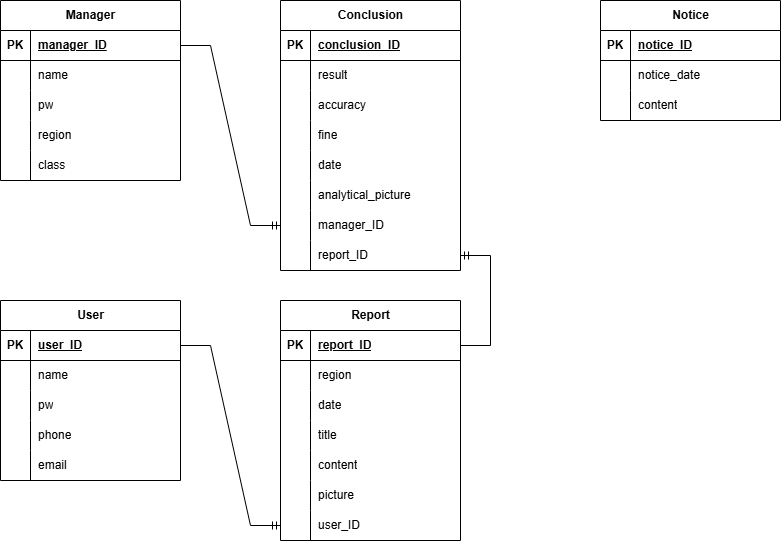
Above: Kyonggi Traffic Solution.drawio.png in ParkerQH/Kyonggi-Traffic-Solution_Web (draw.io), before the change. Source tidied: cells renumbered, new cells last; positions are measured from the earlier drawing's top-left corner, leaving out a move shared by most shapes.
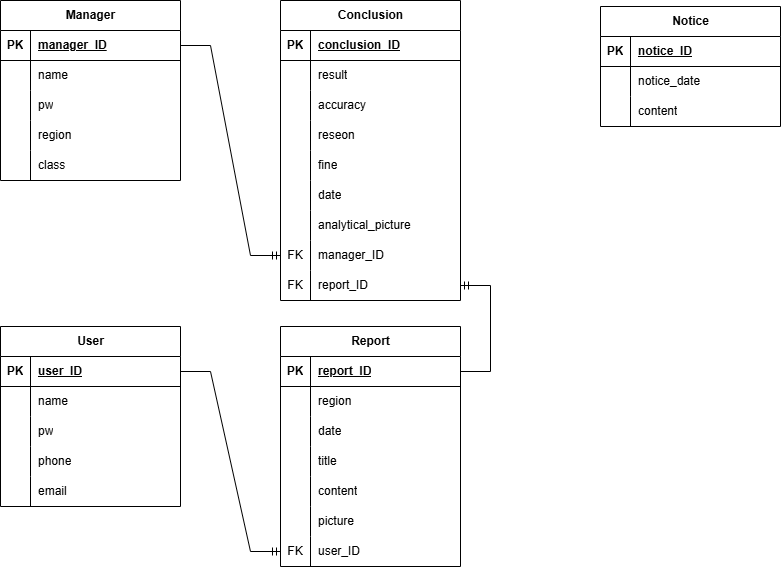
Later version of the same file.

Diff of the diagram source:
```diff
@@ -3,7 +3,7 @@
     <mxCell id="0" />
     <mxCell id="1" parent="0" />
     <mxCell id="2" value="Manager" style="shape=table;startSize=30;rowLines=0;fontStyle=1;align=center;html=1;" parent="1" vertex="1">
-      <mxGeometry width="180" height="180" as="geometry" />
+      <mxGeometry y="-26" width="180" height="180" as="geometry" />
     </mxCell>
     <mxCell id="3" style="shape=tableRow;horizontal=0;startSize=0;swimlaneHead=0;swimlaneBody=0;fillColor=none;points=[[0,0.5],[1,0.5]];portConstraint=eastwest;top=0;left=0;right=0;bottom=1;" parent="2" vertex="1">
       <mxGeometry y="30" width="180" height="30" as="geometry" />
@@ -158,7 +158,7 @@
     <mxCell id="53" style="shape=tableRow;horizontal=0;startSize=0;swimlaneHead=0;swimlaneBody=0;fillColor=none;points=[[0,0.5],[1,0.5]];portConstraint=eastwest;top=0;left=0;right=0;bottom=0;" parent="34" vertex="1">
       <mxGeometry y="210" width="180" height="30" as="geometry" />
     </mxCell>
-    <mxCell id="54" style="shape=partialRectangle;fillColor=none;top=0;left=0;bottom=0;right=0;overflow=hidden;whiteSpace=wrap;html=1;" parent="53" vertex="1">
+    <mxCell id="54" value="FK" style="shape=partialRectangle;fillColor=none;top=0;left=0;bottom=0;right=0;overflow=hidden;whiteSpace=wrap;html=1;" parent="53" vertex="1">
       <mxGeometry width="30" height="30" as="geometry" />
     </mxCell>
     <mxCell id="55" value="user_ID" style="shape=partialRectangle;fillColor=none;top=0;left=0;bottom=0;right=0;align=left;spacingLeft=6;overflow=hidden;whiteSpace=wrap;html=1;" parent="53" vertex="1">
@@ -168,7 +168,7 @@
       <mxGeometry relative="1" as="geometry" />
     </mxCell>
     <mxCell id="57" value="Conclusion" style="shape=table;startSize=30;rowLines=0;fontStyle=1;align=center;html=1;" parent="1" vertex="1">
-      <mxGeometry x="280" width="180" height="270" as="geometry" />
+      <mxGeometry x="280" y="-26" width="180" height="300" as="geometry" />
     </mxCell>
     <mxCell id="58" style="shape=tableRow;horizontal=0;startSize=0;swimlaneHead=0;swimlaneBody=0;fillColor=none;top=0;left=0;right=0;bottom=1;" parent="57" vertex="1">
       <mxGeometry y="30" width="180" height="30" as="geometry" />
@@ -197,8 +197,17 @@
     <mxCell id="66" value="accuracy" style="shape=partialRectangle;fillColor=none;top=0;left=0;bottom=0;right=0;align=left;spacingLeft=6;overflow=hidden;whiteSpace=wrap;html=1;" parent="64" vertex="1">
       <mxGeometry x="30" width="150" height="30" as="geometry" />
     </mxCell>
+    <mxCell id="94" style="shape=tableRow;horizontal=0;startSize=0;swimlaneHead=0;swimlaneBody=0;fillColor=none;top=0;left=0;right=0;bottom=0;" parent="57" vertex="1">
+      <mxGeometry y="120" width="180" height="30" as="geometry" />
+    </mxCell>
+    <mxCell id="95" style="shape=partialRectangle;fillColor=none;top=0;left=0;bottom=0;right=0;overflow=hidden;whiteSpace=wrap;html=1;" parent="94" vertex="1">
+      <mxGeometry width="30" height="30" as="geometry" />
+    </mxCell>
+    <mxCell id="96" value="reseon" style="shape=partialRectangle;fillColor=none;top=0;left=0;bottom=0;right=0;align=left;spacingLeft=6;overflow=hidden;whiteSpace=wrap;html=1;" parent="94" vertex="1">
+      <mxGeometry x="30" width="150" height="30" as="geometry" />
+    </mxCell>
     <mxCell id="67" style="shape=tableRow;horizontal=0;startSize=0;swimlaneHead=0;swimlaneBody=0;fillColor=none;top=0;left=0;right=0;bottom=0;" parent="57" vertex="1">
-      <mxGeometry y="120" width="180" height="30" as="geometry" />
+      <mxGeometry y="150" width="180" height="30" as="geometry" />
     </mxCell>
     <mxCell id="68" style="shape=partialRectangle;fillColor=none;top=0;left=0;bottom=0;right=0;overflow=hidden;whiteSpace=wrap;html=1;" parent="67" vertex="1">
       <mxGeometry width="30" height="30" as="geometry" />
@@ -207,7 +216,7 @@
       <mxGeometry x="30" width="150" height="30" as="geometry" />
     </mxCell>
     <mxCell id="70" style="shape=tableRow;horizontal=0;startSize=0;swimlaneHead=0;swimlaneBody=0;fillColor=none;top=0;left=0;right=0;bottom=0;" parent="57" vertex="1">
-      <mxGeometry y="150" width="180" height="30" as="geometry" />
+      <mxGeometry y="180" width="180" height="30" as="geometry" />
     </mxCell>
     <mxCell id="71" style="shape=partialRectangle;fillColor=none;top=0;left=0;bottom=0;right=0;overflow=hidden;whiteSpace=wrap;html=1;" parent="70" vertex="1">
       <mxGeometry width="30" height="30" as="geometry" />
@@ -216,7 +225,7 @@
       <mxGeometry x="30" width="150" height="30" as="geometry" />
     </mxCell>
     <mxCell id="73" style="shape=tableRow;horizontal=0;startSize=0;swimlaneHead=0;swimlaneBody=0;fillColor=none;top=0;left=0;right=0;bottom=0;" parent="57" vertex="1">
-      <mxGeometry y="180" width="180" height="30" as="geometry" />
+      <mxGeometry y="210" width="180" height="30" as="geometry" />
     </mxCell>
     <mxCell id="74" style="shape=partialRectangle;fillColor=none;top=0;left=0;bottom=0;right=0;overflow=hidden;whiteSpace=wrap;html=1;" parent="73" vertex="1">
       <mxGeometry width="30" height="30" as="geometry" />
@@ -225,18 +234,18 @@
       <mxGeometry x="30" width="150" height="30" as="geometry" />
     </mxCell>
     <mxCell id="76" style="shape=tableRow;horizontal=0;startSize=0;swimlaneHead=0;swimlaneBody=0;fillColor=none;points=[[0,0.5],[1,0.5]];portConstraint=eastwest;top=0;left=0;right=0;bottom=0;" parent="57" vertex="1">
-      <mxGeometry y="210" width="180" height="30" as="geometry" />
+      <mxGeometry y="240" width="180" height="30" as="geometry" />
     </mxCell>
-    <mxCell id="77" style="shape=partialRectangle;fillColor=none;top=0;left=0;bottom=0;right=0;overflow=hidden;whiteSpace=wrap;html=1;" parent="76" vertex="1">
+    <mxCell id="77" value="FK" style="shape=partialRectangle;fillColor=none;top=0;left=0;bottom=0;right=0;overflow=hidden;whiteSpace=wrap;html=1;" parent="76" vertex="1">
       <mxGeometry width="30" height="30" as="geometry" />
     </mxCell>
     <mxCell id="78" value="manager_ID" style="shape=partialRectangle;fillColor=none;top=0;left=0;bottom=0;right=0;align=left;spacingLeft=6;overflow=hidden;whiteSpace=wrap;html=1;" parent="76" vertex="1">
       <mxGeometry x="30" width="150" height="30" as="geometry" />
     </mxCell>
     <mxCell id="79" style="shape=tableRow;horizontal=0;startSize=0;swimlaneHead=0;swimlaneBody=0;fillColor=none;points=[[0,0.5],[1,0.5]];portConstraint=eastwest;top=0;left=0;right=0;bottom=0;" parent="57" vertex="1">
-      <mxGeometry y="240" width="180" height="30" as="geometry" />
+      <mxGeometry y="270" width="180" height="30" as="geometry" />
     </mxCell>
-    <mxCell id="80" style="shape=partialRectangle;fillColor=none;top=0;left=0;bottom=0;right=0;overflow=hidden;whiteSpace=wrap;html=1;" parent="79" vertex="1">
+    <mxCell id="80" value="FK" style="shape=partialRectangle;fillColor=none;top=0;left=0;bottom=0;right=0;overflow=hidden;whiteSpace=wrap;html=1;" parent="79" vertex="1">
       <mxGeometry width="30" height="30" as="geometry" />
     </mxCell>
     <mxCell id="81" value="report_ID" style="shape=partialRectangle;fillColor=none;top=0;left=0;bottom=0;right=0;align=left;spacingLeft=6;overflow=hidden;whiteSpace=wrap;html=1;" parent="79" vertex="1">
@@ -249,7 +258,7 @@
       <mxGeometry relative="1" as="geometry" />
     </mxCell>
     <mxCell id="84" value="Notice" style="shape=table;startSize=30;rowLines=0;fontStyle=1;align=center;html=1;" parent="1" vertex="1">
-      <mxGeometry x="600" width="180" height="120" as="geometry" />
+      <mxGeometry x="600" y="-20" width="180" height="120" as="geometry" />
     </mxCell>
     <mxCell id="85" style="shape=tableRow;horizontal=0;startSize=0;swimlaneHead=0;swimlaneBody=0;fillColor=none;top=0;left=0;right=0;bottom=1;" parent="84" vertex="1">
       <mxGeometry y="30" width="180" height="30" as="geometry" />
```
